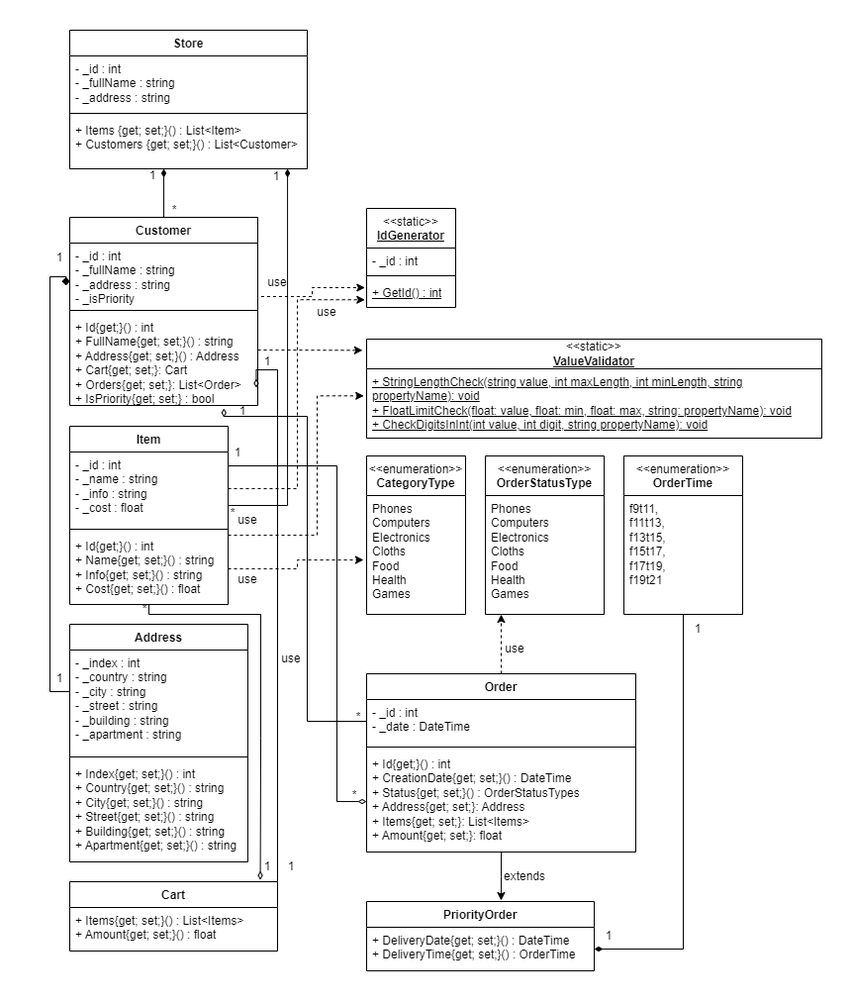
antoniocra04/oop-winform keeps this draw.io diagram as oop-winform/Diagram.drawio.png. Above is the earlier version. Source tidied: cells renumbered, new cells last; positions are measured from the earlier drawing's top-left corner, leaving out a move shared by most shapes.
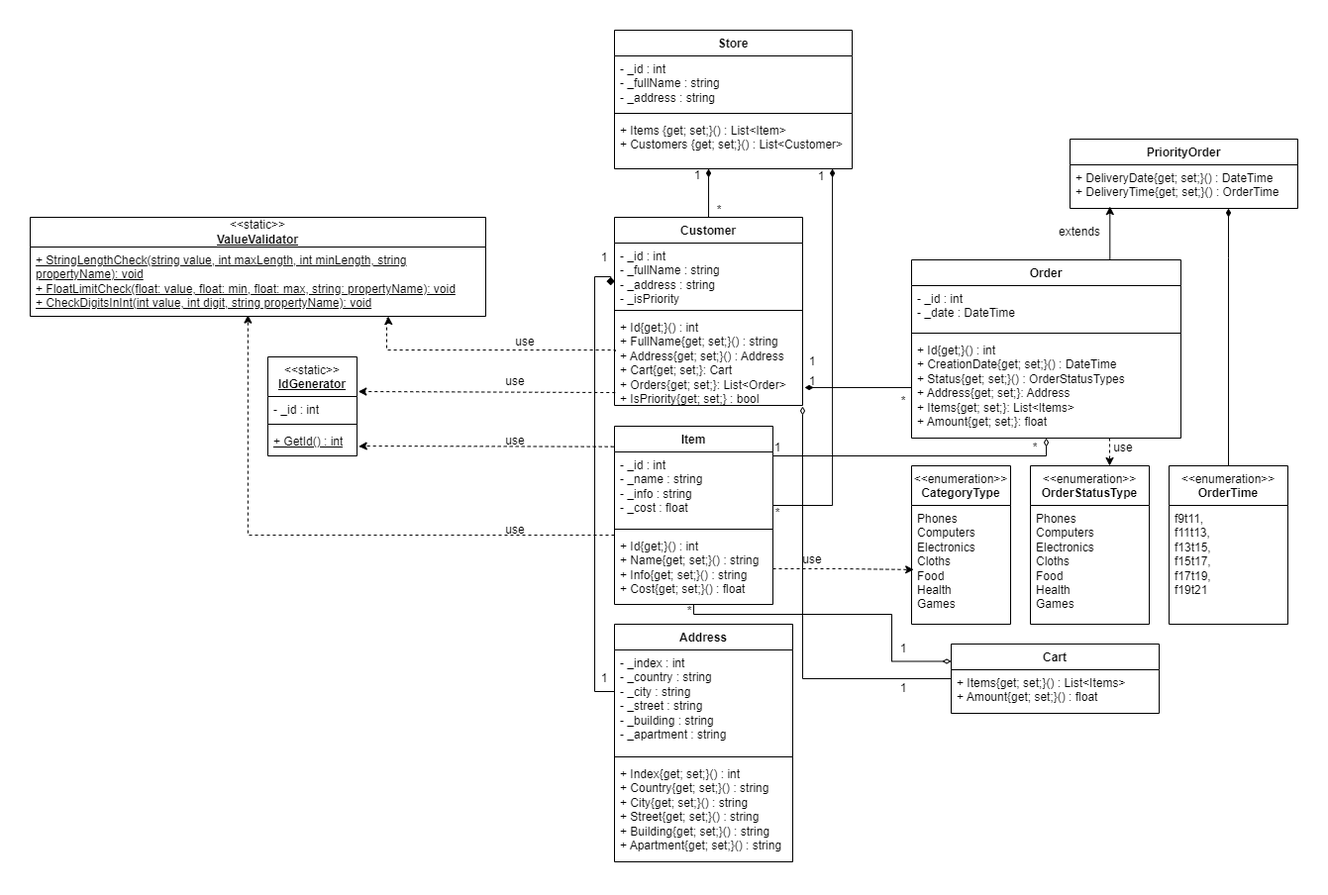
The same file after the commit.

Commit message:
fix(sln, diagram): исправил замечания, оптимизировал диаграму

Diff of the diagram source:
```diff
@@ -27,7 +27,7 @@
       <mxGeometry y="108" width="160" height="72" as="geometry" />
     </mxCell>
     <mxCell id="10" value="&lt;span style=&quot;font-weight: normal;&quot;&gt;&amp;lt;&amp;lt;static&amp;gt;&amp;gt;&lt;/span&gt;&lt;br&gt;&lt;u&gt;IdGenerator&lt;/u&gt;" style="swimlane;fontStyle=1;align=center;verticalAlign=top;horizontal=1;startSize=40;whiteSpace=wrap;html=1;" parent="1" vertex="1">
-      <mxGeometry x="340" y="180" width="90" height="100" as="geometry" />
+      <mxGeometry x="-310" y="330" width="90" height="100" as="geometry" />
     </mxCell>
     <mxCell id="11" value="- _id : int" style="text;strokeColor=none;fillColor=none;align=left;verticalAlign=top;spacingLeft=4;spacingRight=4;overflow=hidden;whiteSpace=wrap;html=1;" parent="10" vertex="1">
       <mxGeometry y="40" width="90" height="24" as="geometry" />
@@ -39,41 +39,53 @@
       <mxGeometry y="72" width="90" height="28" as="geometry" />
     </mxCell>
     <mxCell id="14" value="&amp;lt;&amp;lt;static&amp;gt;&amp;gt;&lt;br&gt;&lt;b&gt;&lt;u&gt;ValueValidator&lt;/u&gt;&lt;/b&gt;" style="swimlane;fontStyle=0;horizontal=1;startSize=30;fillColor=none;whiteSpace=wrap;html=1;" parent="1" vertex="1">
-      <mxGeometry x="340" y="312" width="460" height="100" as="geometry" />
+      <mxGeometry x="-550" y="189" width="460" height="100" as="geometry" />
     </mxCell>
     <mxCell id="15" value="&lt;div&gt;&lt;u&gt;+ StringLengthCheck(string value, int maxLength, int minLength, string propertyName): void&lt;br&gt;&lt;/u&gt;&lt;/div&gt;&lt;div&gt;&lt;u&gt;+ FloatLimitCheck(float: value, float: min, float: max, string: propertyName): void&lt;br&gt;&lt;/u&gt;&lt;/div&gt;&lt;div&gt;&lt;u&gt;+ CheckDigitsInInt(int value, int digit, string propertyName): void&lt;/u&gt;&lt;br&gt;&lt;/div&gt;" style="text;strokeColor=none;fillColor=none;align=left;verticalAlign=top;spacingLeft=4;spacingRight=4;overflow=hidden;points=[[0,0.5],[1,0.5]];portConstraint=eastwest;whiteSpace=wrap;html=1;" parent="14" vertex="1">
       <mxGeometry y="30" width="460" height="70" as="geometry" />
     </mxCell>
-    <mxCell id="16" style="edgeStyle=orthogonalEdgeStyle;rounded=0;jettySize=auto;html=1;entryX=-0.019;entryY=0.286;entryDx=0;entryDy=0;entryPerimeter=0;dashed=1;exitX=1.018;exitY=0.844;exitDx=0;exitDy=0;exitPerimeter=0;" parent="1" edge="1" source="3" target="13">
-      <mxGeometry relative="1" as="geometry" />
+    <mxCell id="16" style="edgeStyle=orthogonalEdgeStyle;rounded=0;jettySize=auto;html=1;entryX=1.014;entryY=0.35;entryDx=0;entryDy=0;entryPerimeter=0;dashed=1;exitX=0.004;exitY=0.859;exitDx=0;exitDy=0;exitPerimeter=0;" parent="1" edge="1" source="5" target="10">
+      <mxGeometry relative="1" as="geometry">
+        <Array as="points">
+          <mxPoint x="36" y="366" />
+          <mxPoint x="-160" y="365" />
+        </Array>
+      </mxGeometry>
     </mxCell>
-    <mxCell id="17" style="edgeStyle=orthogonalEdgeStyle;rounded=0;jettySize=auto;html=1;entryX=-0.009;entryY=0.113;entryDx=0;entryDy=0;entryPerimeter=0;dashed=1;" parent="1" edge="1" source="5" target="14">
+    <mxCell id="17" style="edgeStyle=orthogonalEdgeStyle;rounded=0;jettySize=auto;html=1;entryX=0.786;entryY=1.001;entryDx=0;entryDy=0;entryPerimeter=0;dashed=1;exitX=0.004;exitY=0.406;exitDx=0;exitDy=0;exitPerimeter=0;" parent="1" edge="1" source="5" target="15">
       <mxGeometry relative="1" as="geometry">
         <Array as="points">
-          <mxPoint x="250" y="323" />
-          <mxPoint x="250" y="323" />
+          <mxPoint x="41" y="323" />
+          <mxPoint x="-190" y="323" />
+          <mxPoint x="-190" y="291" />
+          <mxPoint x="-188" y="291" />
         </Array>
       </mxGeometry>
     </mxCell>
-    <mxCell id="18" style="edgeStyle=orthogonalEdgeStyle;rounded=0;jettySize=auto;html=1;entryX=-0.006;entryY=0.39;entryDx=0;entryDy=0;entryPerimeter=0;dashed=1;" parent="1" edge="1" source="9" target="15">
+    <mxCell id="18" style="edgeStyle=orthogonalEdgeStyle;rounded=0;jettySize=auto;html=1;dashed=1;entryX=0.478;entryY=0.98;entryDx=0;entryDy=0;entryPerimeter=0;" parent="1" edge="1" source="9" target="15">
       <mxGeometry relative="1" as="geometry">
         <Array as="points">
-          <mxPoint x="290" y="510" />
-          <mxPoint x="290" y="369" />
+          <mxPoint x="-330" y="510" />
         </Array>
       </mxGeometry>
     </mxCell>
-    <mxCell id="19" style="edgeStyle=orthogonalEdgeStyle;rounded=0;jettySize=auto;html=1;entryX=-0.019;entryY=0.723;entryDx=0;entryDy=0;dashed=1;entryPerimeter=0;" parent="1" edge="1" source="7" target="13">
-      <mxGeometry relative="1" as="geometry" />
+    <mxCell id="19" style="edgeStyle=orthogonalEdgeStyle;rounded=0;jettySize=auto;html=1;entryX=1.019;entryY=0.655;entryDx=0;entryDy=0;dashed=1;entryPerimeter=0;exitX=-0.005;exitY=0.115;exitDx=0;exitDy=0;exitPerimeter=0;" parent="1" edge="1" source="6" target="13">
+      <mxGeometry relative="1" as="geometry">
+        <Array as="points">
+          <mxPoint x="37" y="421" />
+          <mxPoint x="-210" y="420" />
+          <mxPoint x="-210" y="390" />
+        </Array>
+      </mxGeometry>
     </mxCell>
     <mxCell id="20" value="use" style="text;html=1;align=center;verticalAlign=middle;whiteSpace=wrap;rounded=0;" parent="1" vertex="1">
-      <mxGeometry x="190" y="480" width="60" height="30" as="geometry" />
+      <mxGeometry x="-90" y="490" width="60" height="30" as="geometry" />
     </mxCell>
     <mxCell id="21" value="use" style="text;html=1;align=center;verticalAlign=middle;whiteSpace=wrap;rounded=0;" parent="1" vertex="1">
-      <mxGeometry x="220" y="240" width="60" height="30" as="geometry" />
+      <mxGeometry x="-90" y="340" width="60" height="30" as="geometry" />
     </mxCell>
     <mxCell id="22" value="use" style="text;html=1;align=center;verticalAlign=middle;whiteSpace=wrap;rounded=0;" parent="1" vertex="1">
-      <mxGeometry x="270" y="270" width="60" height="30" as="geometry" />
+      <mxGeometry x="-80" y="300" width="60" height="30" as="geometry" />
     </mxCell>
     <mxCell id="23" value="Address" style="swimlane;fontStyle=1;align=center;verticalAlign=top;horizontal=1;startSize=26;whiteSpace=wrap;html=1;" parent="1" vertex="1">
       <mxGeometry x="40" y="600" width="180" height="240" as="geometry" />
@@ -96,7 +108,7 @@
       </mxGeometry>
     </mxCell>
     <mxCell id="28" value="&lt;span style=&quot;font-weight: normal;&quot;&gt;&amp;lt;&amp;lt;enumeration&amp;gt;&amp;gt;&lt;/span&gt;&lt;br&gt;CategoryType" style="swimlane;fontStyle=1;align=center;verticalAlign=top;horizontal=1;startSize=40;whiteSpace=wrap;html=1;" parent="1" vertex="1">
-      <mxGeometry x="340" y="430" width="100" height="160" as="geometry" />
+      <mxGeometry x="340" y="440" width="100" height="160" as="geometry" />
     </mxCell>
     <mxCell id="29" value="&lt;div&gt;Phones&lt;/div&gt;&lt;div&gt;Computers&lt;/div&gt;&lt;div&gt;Electronics&lt;/div&gt;&lt;div&gt;Cloths&lt;/div&gt;&lt;div&gt;Food&lt;/div&gt;&lt;div&gt;Health&lt;/div&gt;&lt;div&gt;Games&lt;br&gt;&lt;/div&gt;" style="text;strokeColor=none;fillColor=none;align=left;verticalAlign=top;spacingLeft=4;spacingRight=4;overflow=hidden;points=[[0,0.5],[1,0.5]];portConstraint=eastwest;whiteSpace=wrap;html=1;" parent="28" vertex="1">
       <mxGeometry y="40" width="100" height="120" as="geometry" />
@@ -104,11 +116,11 @@
     <mxCell id="30" value="1" style="text;html=1;align=center;verticalAlign=middle;whiteSpace=wrap;rounded=0;" parent="1" vertex="1">
       <mxGeometry y="640" width="60" height="30" as="geometry" />
     </mxCell>
-    <mxCell id="31" style="edgeStyle=orthogonalEdgeStyle;rounded=0;jettySize=auto;html=1;entryX=-0.031;entryY=0.542;entryDx=0;entryDy=0;entryPerimeter=0;dashed=1;" parent="1" edge="1" source="9" target="29">
+    <mxCell id="31" style="edgeStyle=orthogonalEdgeStyle;rounded=0;jettySize=auto;html=1;entryX=0.022;entryY=0.541;entryDx=0;entryDy=0;entryPerimeter=0;dashed=1;" parent="1" edge="1" source="9" target="29">
       <mxGeometry relative="1" as="geometry" />
     </mxCell>
     <mxCell id="32" value="use" style="text;html=1;align=center;verticalAlign=middle;whiteSpace=wrap;rounded=0;" parent="1" vertex="1">
-      <mxGeometry x="190" y="540" width="60" height="30" as="geometry" />
+      <mxGeometry x="210" y="520" width="60" height="30" as="geometry" />
     </mxCell>
     <mxCell id="33" value="1" style="text;html=1;align=center;verticalAlign=middle;whiteSpace=wrap;rounded=0;" parent="1" vertex="1">
       <mxGeometry x="15" y="215" width="30" height="30" as="geometry" />
@@ -148,16 +160,13 @@
       <mxGeometry x="190" y="473" width="30" height="30" as="geometry" />
     </mxCell>
     <mxCell id="44" value="Cart" style="swimlane;fontStyle=1;align=center;verticalAlign=top;horizontal=1;startSize=26;whiteSpace=wrap;html=1;" parent="1" vertex="1">
-      <mxGeometry x="40" y="860" width="210" height="70" as="geometry" />
+      <mxGeometry x="380" y="620" width="210" height="70" as="geometry" />
     </mxCell>
     <mxCell id="45" value="+ Items{get; set;}() : List&amp;lt;Items&amp;gt;&lt;br&gt;+ Amount{get; set;}() : float" style="text;strokeColor=none;fillColor=none;align=left;verticalAlign=top;spacingLeft=4;spacingRight=4;overflow=hidden;whiteSpace=wrap;html=1;" parent="44" vertex="1">
       <mxGeometry y="26" width="210" height="44" as="geometry" />
     </mxCell>
-    <mxCell id="46" style="edgeStyle=orthogonalEdgeStyle;rounded=0;jettySize=auto;html=1;entryX=0.133;entryY=1;entryDx=0;entryDy=0;entryPerimeter=0;dashed=1;" parent="1" edge="1" source="47" target="52">
-      <mxGeometry relative="1" as="geometry" />
-    </mxCell>
     <mxCell id="47" value="Order" style="swimlane;fontStyle=1;align=center;verticalAlign=top;horizontal=1;startSize=26;whiteSpace=wrap;html=1;" parent="1" vertex="1">
-      <mxGeometry x="340" y="650" width="272" height="180" as="geometry" />
+      <mxGeometry x="340" y="232" width="272" height="180" as="geometry" />
     </mxCell>
     <mxCell id="48" value="- _id : int&lt;br&gt;- _date : DateTime" style="text;strokeColor=none;fillColor=none;align=left;verticalAlign=top;spacingLeft=4;spacingRight=4;overflow=hidden;points=[[0,0.5],[1,0.5]];portConstraint=eastwest;whiteSpace=wrap;html=1;" parent="47" vertex="1">
       <mxGeometry y="26" width="272" height="44" as="geometry" />
@@ -169,101 +178,105 @@
       <mxGeometry y="78" width="272" height="102" as="geometry" />
     </mxCell>
     <mxCell id="51" value="&lt;span style=&quot;font-weight: normal;&quot;&gt;&amp;lt;&amp;lt;enumeration&amp;gt;&amp;gt;&lt;/span&gt;&lt;br&gt;OrderStatusType" style="swimlane;fontStyle=1;align=center;verticalAlign=top;horizontal=1;startSize=40;whiteSpace=wrap;html=1;" parent="1" vertex="1">
-      <mxGeometry x="460" y="430" width="120" height="160" as="geometry" />
+      <mxGeometry x="460" y="440" width="120" height="160" as="geometry" />
     </mxCell>
     <mxCell id="52" value="&lt;div&gt;Phones&lt;/div&gt;&lt;div&gt;Computers&lt;/div&gt;&lt;div&gt;Electronics&lt;/div&gt;&lt;div&gt;Cloths&lt;/div&gt;&lt;div&gt;Food&lt;/div&gt;&lt;div&gt;Health&lt;/div&gt;&lt;div&gt;Games&lt;br&gt;&lt;/div&gt;" style="text;strokeColor=none;fillColor=none;align=left;verticalAlign=top;spacingLeft=4;spacingRight=4;overflow=hidden;points=[[0,0.5],[1,0.5]];portConstraint=eastwest;whiteSpace=wrap;html=1;" parent="51" vertex="1">
       <mxGeometry y="40" width="120" height="120" as="geometry" />
     </mxCell>
     <mxCell id="53" value="use" style="text;html=1;align=center;verticalAlign=middle;whiteSpace=wrap;rounded=0;" parent="1" vertex="1">
-      <mxGeometry x="460" y="610" width="60" height="30" as="geometry" />
+      <mxGeometry x="524" y="407" width="60" height="30" as="geometry" />
     </mxCell>
     <mxCell id="54" value="use" style="text;html=1;align=center;verticalAlign=middle;whiteSpace=wrap;rounded=0;" parent="1" vertex="1">
-      <mxGeometry x="234" y="620" width="60" height="30" as="geometry" />
+      <mxGeometry x="-90" y="400" width="60" height="30" as="geometry" />
     </mxCell>
     <mxCell id="55" value="1" style="text;html=1;align=center;verticalAlign=middle;whiteSpace=wrap;rounded=0;" parent="1" vertex="1">
       <mxGeometry x="225" y="320" width="30" height="30" as="geometry" />
     </mxCell>
     <mxCell id="56" value="1" style="text;html=1;align=center;verticalAlign=middle;whiteSpace=wrap;rounded=0;" parent="1" vertex="1">
-      <mxGeometry x="249" y="830" width="30" height="30" as="geometry" />
+      <mxGeometry x="317" y="610" width="30" height="30" as="geometry" />
     </mxCell>
     <mxCell id="57" value="*" style="text;html=1;align=center;verticalAlign=middle;whiteSpace=wrap;rounded=0;" parent="1" vertex="1">
-      <mxGeometry x="313" y="758" width="30" height="30" as="geometry" />
+      <mxGeometry x="317" y="360" width="30" height="30" as="geometry" />
     </mxCell>
     <mxCell id="58" value="1" style="text;html=1;align=center;verticalAlign=middle;whiteSpace=wrap;rounded=0;" parent="1" vertex="1">
-      <mxGeometry x="195" y="412" width="30" height="30" as="geometry" />
+      <mxGeometry x="190" y="407" width="30" height="30" as="geometry" />
     </mxCell>
     <mxCell id="59" style="edgeStyle=orthogonalEdgeStyle;rounded=0;jettySize=auto;html=1;endArrow=diamondThin;endFill=0;" parent="1" edge="1" source="7" target="50">
       <mxGeometry relative="1" as="geometry">
         <Array as="points">
-          <mxPoint x="310" y="440" />
-          <mxPoint x="310" y="779" />
+          <mxPoint x="476" y="430" />
         </Array>
       </mxGeometry>
     </mxCell>
-    <mxCell id="60" style="edgeStyle=orthogonalEdgeStyle;rounded=0;jettySize=auto;html=1;entryX=0.992;entryY=0.805;entryDx=0;entryDy=0;entryPerimeter=0;endArrow=diamondThin;endFill=0;" parent="1" edge="1" source="44" target="5">
+    <mxCell id="60" style="edgeStyle=orthogonalEdgeStyle;rounded=0;jettySize=auto;html=1;endArrow=diamondThin;endFill=0;" parent="1" edge="1" source="44">
       <mxGeometry relative="1" as="geometry">
+        <mxPoint x="230" y="380" as="targetPoint" />
         <Array as="points">
-          <mxPoint x="250" y="343" />
+          <mxPoint x="230" y="655" />
         </Array>
       </mxGeometry>
     </mxCell>
-    <mxCell id="61" style="edgeStyle=orthogonalEdgeStyle;rounded=0;jettySize=auto;html=1;entryX=0.917;entryY=-0.026;entryDx=0;entryDy=0;entryPerimeter=0;endArrow=diamondThin;endFill=0;" parent="1" edge="1" source="6" target="44">
+    <mxCell id="61" style="edgeStyle=orthogonalEdgeStyle;rounded=0;jettySize=auto;html=1;entryX=0;entryY=0.25;entryDx=0;entryDy=0;endArrow=diamondThin;endFill=0;" parent="1" edge="1" source="6" target="44">
       <mxGeometry relative="1" as="geometry">
         <Array as="points">
           <mxPoint x="120" y="590" />
-          <mxPoint x="233" y="590" />
-          <mxPoint x="233" y="715" />
-          <mxPoint x="233" y="715" />
+          <mxPoint x="320" y="590" />
+          <mxPoint x="320" y="638" />
         </Array>
       </mxGeometry>
     </mxCell>
     <mxCell id="62" value="*" style="text;html=1;align=center;verticalAlign=middle;whiteSpace=wrap;rounded=0;" parent="1" vertex="1">
-      <mxGeometry x="101" y="570" width="30" height="30" as="geometry" />
+      <mxGeometry x="101" y="572" width="30" height="30" as="geometry" />
     </mxCell>
     <mxCell id="63" value="1" style="text;html=1;align=center;verticalAlign=middle;whiteSpace=wrap;rounded=0;" parent="1" vertex="1">
-      <mxGeometry x="225" y="830" width="30" height="30" as="geometry" />
+      <mxGeometry x="317" y="650" width="30" height="30" as="geometry" />
     </mxCell>
-    <mxCell id="64" style="edgeStyle=orthogonalEdgeStyle;rounded=0;jettySize=auto;html=1;entryX=0.82;entryY=1.032;entryDx=0;entryDy=0;entryPerimeter=0;endArrow=diamondThin;endFill=0;" parent="1" edge="1" source="48" target="5">
-      <mxGeometry relative="1" as="geometry">
-        <Array as="points">
-          <mxPoint x="280" y="698" />
-          <mxPoint x="280" y="390" />
-          <mxPoint x="196" y="390" />
-        </Array>
-      </mxGeometry>
-    </mxCell>
     <mxCell id="65" value="1" style="text;html=1;align=center;verticalAlign=middle;whiteSpace=wrap;rounded=0;" parent="1" vertex="1">
-      <mxGeometry x="200" y="370" width="30" height="30" as="geometry" />
+      <mxGeometry x="225" y="340" width="30" height="30" as="geometry" />
     </mxCell>
     <mxCell id="66" value="*" style="text;html=1;align=center;verticalAlign=middle;whiteSpace=wrap;rounded=0;" parent="1" vertex="1">
-      <mxGeometry x="317" y="679" width="30" height="30" as="geometry" />
+      <mxGeometry x="450" y="407" width="30" height="30" as="geometry" />
     </mxCell>
     <mxCell id="67" value="PriorityOrder" style="swimlane;fontStyle=1;align=center;verticalAlign=top;horizontal=1;startSize=26;whiteSpace=wrap;html=1;" parent="1" vertex="1">
-      <mxGeometry x="340" y="880" width="230" height="70" as="geometry" />
+      <mxGeometry x="500" y="110" width="230" height="70" as="geometry" />
     </mxCell>
     <mxCell id="68" value="+ DeliveryDate{get; set;}() : DateTime&lt;br&gt;+ DeliveryTime{get; set;}() : OrderTime" style="text;strokeColor=none;fillColor=none;align=left;verticalAlign=top;spacingLeft=4;spacingRight=4;overflow=hidden;points=[[0,0.5],[1,0.5]];portConstraint=eastwest;whiteSpace=wrap;html=1;" parent="67" vertex="1">
       <mxGeometry y="26" width="230" height="44" as="geometry" />
     </mxCell>
-    <mxCell id="69" style="edgeStyle=orthogonalEdgeStyle;rounded=0;jettySize=auto;html=1;entryX=0.591;entryY=-0.014;entryDx=0;entryDy=0;entryPerimeter=0;" parent="1" edge="1" source="47" target="67">
-      <mxGeometry relative="1" as="geometry" />
+    <mxCell id="69" style="edgeStyle=orthogonalEdgeStyle;rounded=0;jettySize=auto;html=1;entryX=0.175;entryY=0.956;entryDx=0;entryDy=0;entryPerimeter=0;" parent="1" edge="1" source="47" target="68">
+      <mxGeometry relative="1" as="geometry">
+        <Array as="points">
+          <mxPoint x="540" y="178" />
+        </Array>
+      </mxGeometry>
     </mxCell>
     <mxCell id="70" value="extends" style="text;html=1;align=center;verticalAlign=middle;whiteSpace=wrap;rounded=0;" parent="1" vertex="1">
-      <mxGeometry x="470" y="840" width="60" height="30" as="geometry" />
+      <mxGeometry x="480" y="189" width="60" height="30" as="geometry" />
     </mxCell>
     <mxCell id="71" style="edgeStyle=orthogonalEdgeStyle;rounded=0;jettySize=auto;html=1;endArrow=diamondThin;endFill=1;" parent="1" edge="1" source="72" target="68">
-      <mxGeometry relative="1" as="geometry" />
+      <mxGeometry relative="1" as="geometry">
+        <Array as="points">
+          <mxPoint x="660" y="230" />
+          <mxPoint x="660" y="230" />
+        </Array>
+      </mxGeometry>
     </mxCell>
     <mxCell id="72" value="&lt;span style=&quot;font-weight: normal;&quot;&gt;&amp;lt;&amp;lt;enumeration&amp;gt;&amp;gt;&lt;/span&gt;&lt;br&gt;OrderTime" style="swimlane;fontStyle=1;align=center;verticalAlign=top;horizontal=1;startSize=40;whiteSpace=wrap;html=1;" parent="1" vertex="1">
-      <mxGeometry x="600" y="430" width="120" height="160" as="geometry" />
+      <mxGeometry x="600" y="440" width="120" height="160" as="geometry" />
     </mxCell>
     <mxCell id="73" value="&lt;div&gt;f9t11,&lt;/div&gt;&lt;div&gt;f11t13,&lt;/div&gt;&lt;div&gt;f13t15,&lt;/div&gt;&lt;div&gt;f15t17,&lt;/div&gt;&lt;div&gt;f17t19,&lt;/div&gt;&lt;div&gt;&lt;span style=&quot;background-color: initial;&quot;&gt;f19t21&lt;/span&gt;&lt;/div&gt;" style="text;strokeColor=none;fillColor=none;align=left;verticalAlign=top;spacingLeft=4;spacingRight=4;overflow=hidden;whiteSpace=wrap;html=1;" parent="72" vertex="1">
       <mxGeometry y="40" width="120" height="120" as="geometry" />
     </mxCell>
-    <mxCell id="74" value="1" style="text;html=1;align=center;verticalAlign=middle;whiteSpace=wrap;rounded=0;" parent="1" vertex="1">
-      <mxGeometry x="660" y="590" width="30" height="30" as="geometry" />
-    </mxCell>
-    <mxCell id="75" value="1" style="text;html=1;align=center;verticalAlign=middle;whiteSpace=wrap;rounded=0;" parent="1" vertex="1">
-      <mxGeometry x="570" y="900" width="30" height="30" as="geometry" />
-    </mxCell>
+    <mxCell id="76" style="edgeStyle=orthogonalEdgeStyle;rounded=0;jettySize=auto;html=1;entryX=1.011;entryY=0.804;entryDx=0;entryDy=0;entryPerimeter=0;endArrow=diamondThin;endFill=1;" parent="1" edge="1" source="50" target="5">
+      <mxGeometry relative="1" as="geometry" />
+    </mxCell>
+    <mxCell id="77" style="edgeStyle=orthogonalEdgeStyle;rounded=0;jettySize=auto;html=1;entryX=0.667;entryY=0;entryDx=0;entryDy=0;entryPerimeter=0;dashed=1;" parent="1" edge="1" source="50" target="51">
+      <mxGeometry relative="1" as="geometry">
+        <Array as="points">
+          <mxPoint x="540" y="420" />
+          <mxPoint x="540" y="420" />
+        </Array>
+      </mxGeometry>
+    </mxCell>
   </root>
 </mxGraphModel>
```
